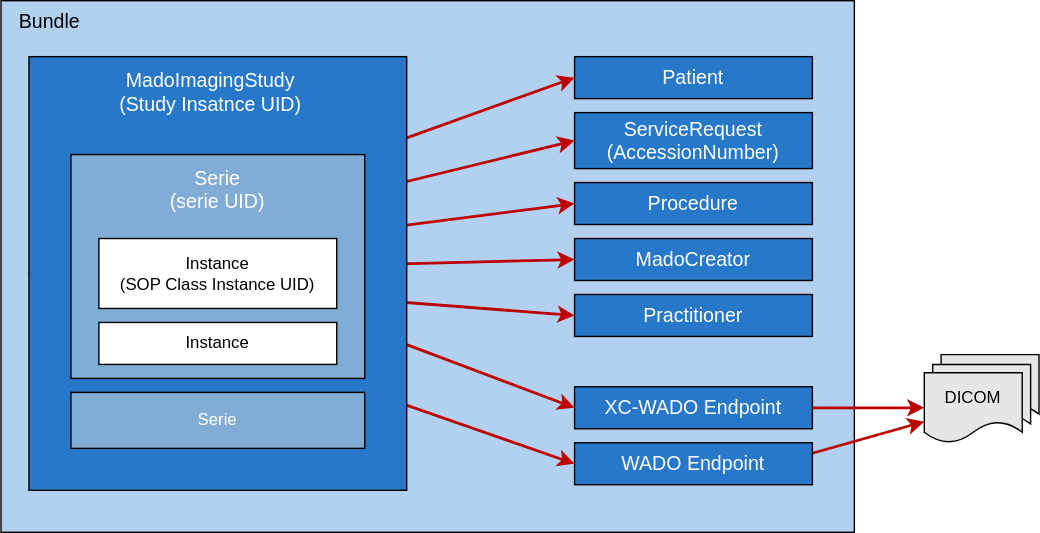
Above: input/images/fhir-manifest-overview.drawio.svg in bvdh/bvdh-ihe-mado (draw.io), before the change. Source tidied: cells renumbered, new cells last; positions are measured from the earlier drawing's top-left corner, leaving out a move shared by most shapes. Source of this version:
```xml
<mxGraphModel>
  <root>
    <mxCell id="0" />
    <mxCell id="1" parent="0" />
    <mxCell id="2" style="whiteSpace=wrap;html=1;fillColor=light-dark(#b2d1f0, #4c6e90);" parent="1" vertex="1">
      <mxGeometry width="610" height="380" as="geometry" />
    </mxCell>
    <mxCell id="3" value="&lt;font style=&quot;color: rgb(255, 255, 255); font-size: 14px;&quot;&gt;Patient&lt;/font&gt;" style="whiteSpace=wrap;html=1;fillColor=#2778C9;" parent="1" vertex="1">
      <mxGeometry x="410" y="40" width="170" height="30" as="geometry" />
    </mxCell>
    <mxCell id="4" value="&lt;font style=&quot;color: rgb(255, 255, 255); font-size: 14px;&quot;&gt;ServiceRequest&lt;/font&gt;&lt;div&gt;&lt;font style=&quot;color: rgb(255, 255, 255); font-size: 14px;&quot;&gt;(AccessionNumber)&lt;/font&gt;&lt;/div&gt;" style="whiteSpace=wrap;html=1;fillColor=#2778C9;" parent="1" vertex="1">
      <mxGeometry x="410" y="80" width="170" height="40" as="geometry" />
    </mxCell>
    <mxCell id="5" value="&lt;font style=&quot;color: rgb(255, 255, 255); font-size: 14px;&quot;&gt;Procedure&lt;/font&gt;" style="whiteSpace=wrap;html=1;fillColor=#2778C9;" parent="1" vertex="1">
      <mxGeometry x="410" y="130" width="170" height="30" as="geometry" />
    </mxCell>
    <mxCell id="6" value="&lt;font style=&quot;color: rgb(255, 255, 255); font-size: 14px;&quot;&gt;MadoCreator&lt;/font&gt;" style="whiteSpace=wrap;html=1;fillColor=#2778C9;" parent="1" vertex="1">
      <mxGeometry x="410" y="170" width="170" height="30" as="geometry" />
    </mxCell>
    <mxCell id="7" style="endArrow=classic;html=1;strokeColor=#BD0000;strokeWidth=2;entryX=0;entryY=0.5;entryDx=0;entryDy=0;exitX=0;exitY=0.5;exitDx=0;exitDy=0;" parent="1" edge="1" source="24" target="3">
      <mxGeometry relative="1" as="geometry" />
    </mxCell>
    <mxCell id="8" style="endArrow=classic;html=1;strokeColor=#BD0000;strokeWidth=2;entryX=0;entryY=0.5;entryDx=0;entryDy=0;exitX=0;exitY=0.5;exitDx=0;exitDy=0;" parent="1" edge="1" source="24" target="4">
      <mxGeometry relative="1" as="geometry" />
    </mxCell>
    <mxCell id="9" style="endArrow=classic;html=1;strokeColor=#BD0000;strokeWidth=2;entryX=0;entryY=0.5;entryDx=0;entryDy=0;exitX=0;exitY=0.5;exitDx=0;exitDy=0;" parent="1" edge="1" source="24" target="5">
      <mxGeometry relative="1" as="geometry" />
    </mxCell>
    <mxCell id="10" style="endArrow=classic;html=1;strokeColor=#BD0000;strokeWidth=2;entryX=0;entryY=0.5;entryDx=0;entryDy=0;exitX=0;exitY=0.5;exitDx=0;exitDy=0;" parent="1" edge="1" source="24" target="6">
      <mxGeometry relative="1" as="geometry" />
    </mxCell>
    <mxCell id="11" style="endArrow=classic;html=1;strokeColor=#BD0000;strokeWidth=2;entryX=0;entryY=0.5;entryDx=0;entryDy=0;exitX=0;exitY=0.5;exitDx=0;exitDy=0;" parent="1" edge="1" source="24" target="14">
      <mxGeometry relative="1" as="geometry" />
    </mxCell>
    <mxCell id="12" value="Bundle" style="text;html=1;align=center;verticalAlign=middle;whiteSpace=wrap;rounded=0;fontSize=14;" parent="1" vertex="1">
      <mxGeometry x="5" width="60" height="30" as="geometry" />
    </mxCell>
    <mxCell id="13" style="endArrow=classic;html=1;strokeColor=#BD0000;strokeWidth=2;exitX=1;exitY=0.25;exitDx=0;exitDy=0;" parent="1" edge="1" source="14" target="21">
      <mxGeometry relative="1" as="geometry" />
    </mxCell>
    <mxCell id="14" value="&lt;font style=&quot;color: rgb(255, 255, 255); font-size: 14px;&quot;&gt;WADO Endpoint&lt;/font&gt;" style="whiteSpace=wrap;html=1;fillColor=#2778C9;" parent="1" vertex="1">
      <mxGeometry x="410" y="316" width="170" height="30" as="geometry" />
    </mxCell>
    <mxCell id="15" value="&lt;font style=&quot;color: rgb(255, 255, 255); font-size: 14px;&quot;&gt;XC-WADO Endpoint&lt;/font&gt;" style="whiteSpace=wrap;html=1;fillColor=#2778C9;" parent="1" vertex="1">
      <mxGeometry x="410" y="276" width="170" height="30" as="geometry" />
    </mxCell>
    <mxCell id="16" style="endArrow=classic;html=1;strokeColor=#BD0000;strokeWidth=2;entryX=0;entryY=0.5;entryDx=0;entryDy=0;" parent="1" edge="1" source="24" target="15">
      <mxGeometry relative="1" as="geometry" />
    </mxCell>
    <mxCell id="17" style="endArrow=classic;html=1;strokeColor=#BD0000;strokeWidth=2;exitX=1;exitY=0.5;exitDx=0;exitDy=0;" parent="1" edge="1" source="15" target="21">
      <mxGeometry relative="1" as="geometry" />
    </mxCell>
    <mxCell id="18" style="group;" parent="1" vertex="1">
      <mxGeometry x="660" y="253" width="82" height="63" as="geometry" />
    </mxCell>
    <mxCell id="19" value="DICOM" style="shape=document;whiteSpace=wrap;html=1;boundedLbl=1;fillColor=#E6E6E6;" parent="18" vertex="1">
      <mxGeometry x="12" width="70" height="50" as="geometry" />
    </mxCell>
    <mxCell id="20" value="DICOM" style="shape=document;whiteSpace=wrap;html=1;boundedLbl=1;fillColor=#E6E6E6;" parent="18" vertex="1">
      <mxGeometry x="6" y="7" width="70" height="50" as="geometry" />
    </mxCell>
    <mxCell id="21" value="DICOM" style="shape=document;whiteSpace=wrap;html=1;boundedLbl=1;fillColor=#E6E6E6;" parent="18" vertex="1">
      <mxGeometry y="13" width="70" height="50" as="geometry" />
    </mxCell>
    <mxCell id="22" value="&lt;font style=&quot;color: rgb(255, 255, 255); font-size: 14px;&quot;&gt;Practitioner&lt;/font&gt;" style="whiteSpace=wrap;html=1;fillColor=#2778C9;" parent="1" vertex="1">
      <mxGeometry x="410" y="210" width="170" height="30" as="geometry" />
    </mxCell>
    <mxCell id="23" style="endArrow=classic;html=1;strokeColor=#BD0000;strokeWidth=2;entryX=0;entryY=0.5;entryDx=0;entryDy=0;exitX=0;exitY=0.5;exitDx=0;exitDy=0;" parent="1" edge="1" source="24" target="22">
      <mxGeometry relative="1" as="geometry" />
    </mxCell>
    <mxCell id="24" style="whiteSpace=wrap;html=1;fillColor=#2778C9;" parent="1" vertex="1">
      <mxGeometry x="20" y="40" width="270" height="310" as="geometry" />
    </mxCell>
    <mxCell id="25" style="whiteSpace=wrap;html=1;fillColor=#80ACD6;" parent="1" vertex="1">
      <mxGeometry x="50" y="110" width="210" height="160" as="geometry" />
    </mxCell>
    <mxCell id="26" value="&lt;font style=&quot;color: rgb(255, 255, 255);&quot;&gt;MadoImagingStudy&lt;/font&gt;&lt;div&gt;&lt;font style=&quot;color: rgb(255, 255, 255);&quot;&gt;(Study Insatnce UID)&lt;/font&gt;&lt;/div&gt;" style="text;html=1;align=center;verticalAlign=middle;whiteSpace=wrap;rounded=0;fontSize=14;" parent="1" vertex="1">
      <mxGeometry x="65" y="50" width="170" height="30" as="geometry" />
    </mxCell>
    <mxCell id="27" value="&lt;font style=&quot;color: rgb(255, 255, 255);&quot;&gt;Serie&lt;/font&gt;&lt;div&gt;&lt;font style=&quot;color: rgb(255, 255, 255);&quot;&gt;(serie UID)&lt;/font&gt;&lt;/div&gt;" style="text;html=1;align=center;verticalAlign=middle;whiteSpace=wrap;rounded=0;fontSize=14;" parent="1" vertex="1">
      <mxGeometry x="60" y="120" width="190" height="30" as="geometry" />
    </mxCell>
    <mxCell id="28" value="Instance&lt;div&gt;(SOP Class Instance UID)&lt;/div&gt;" style="whiteSpace=wrap;html=1;" parent="1" vertex="1">
      <mxGeometry x="70" y="170" width="170" height="50" as="geometry" />
    </mxCell>
    <mxCell id="29" value="Instance" style="whiteSpace=wrap;html=1;" parent="1" vertex="1">
      <mxGeometry x="70" y="230" width="170" height="30" as="geometry" />
    </mxCell>
    <mxCell id="30" value="&lt;font style=&quot;color: rgb(255, 255, 255);&quot;&gt;Serie&lt;/font&gt;" style="whiteSpace=wrap;html=1;fillColor=#80ACD6;" parent="1" vertex="1">
      <mxGeometry x="50" y="280" width="210" height="40" as="geometry" />
    </mxCell>
  </root>
</mxGraphModel>
```
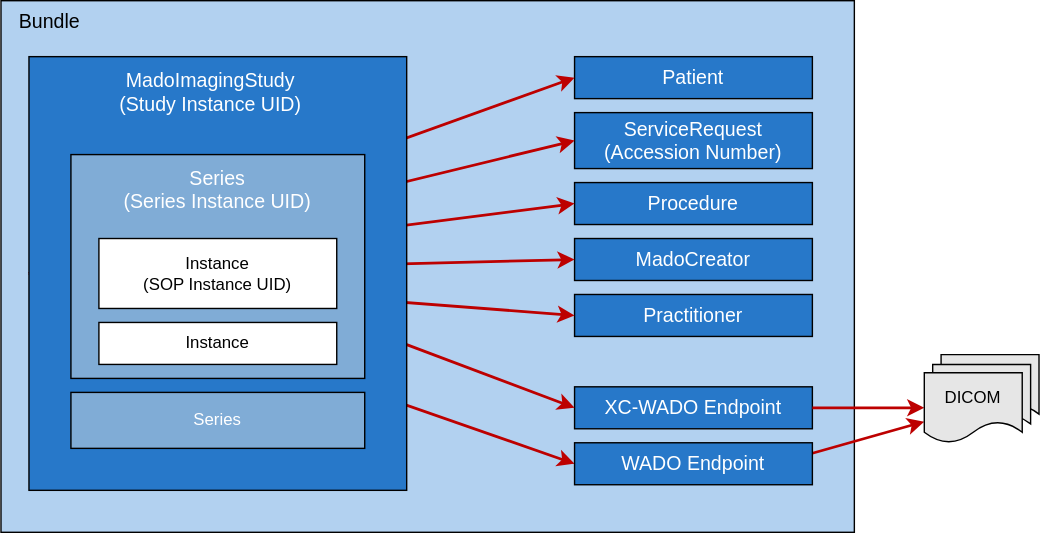
Above is the later version.

What changed in the source:
```diff
@@ -8,7 +8,7 @@
     <mxCell id="3" value="&lt;font style=&quot;color: rgb(255, 255, 255); font-size: 14px;&quot;&gt;Patient&lt;/font&gt;" style="whiteSpace=wrap;html=1;fillColor=#2778C9;" parent="1" vertex="1">
       <mxGeometry x="410" y="40" width="170" height="30" as="geometry" />
     </mxCell>
-    <mxCell id="4" value="&lt;font style=&quot;color: rgb(255, 255, 255); font-size: 14px;&quot;&gt;ServiceRequest&lt;/font&gt;&lt;div&gt;&lt;font style=&quot;color: rgb(255, 255, 255); font-size: 14px;&quot;&gt;(AccessionNumber)&lt;/font&gt;&lt;/div&gt;" style="whiteSpace=wrap;html=1;fillColor=#2778C9;" parent="1" vertex="1">
+    <mxCell id="4" value="&lt;font style=&quot;color: rgb(255, 255, 255); font-size: 14px;&quot;&gt;ServiceRequest&lt;/font&gt;&lt;div&gt;&lt;font style=&quot;color: rgb(255, 255, 255); font-size: 14px;&quot;&gt;(Accession Number)&lt;/font&gt;&lt;/div&gt;" style="whiteSpace=wrap;html=1;fillColor=#2778C9;" parent="1" vertex="1">
       <mxGeometry x="410" y="80" width="170" height="40" as="geometry" />
     </mxCell>
     <mxCell id="5" value="&lt;font style=&quot;color: rgb(255, 255, 255); font-size: 14px;&quot;&gt;Procedure&lt;/font&gt;" style="whiteSpace=wrap;html=1;fillColor=#2778C9;" parent="1" vertex="1">
@@ -74,19 +74,19 @@
     <mxCell id="25" style="whiteSpace=wrap;html=1;fillColor=#80ACD6;" parent="1" vertex="1">
       <mxGeometry x="50" y="110" width="210" height="160" as="geometry" />
     </mxCell>
-    <mxCell id="26" value="&lt;font style=&quot;color: rgb(255, 255, 255);&quot;&gt;MadoImagingStudy&lt;/font&gt;&lt;div&gt;&lt;font style=&quot;color: rgb(255, 255, 255);&quot;&gt;(Study Insatnce UID)&lt;/font&gt;&lt;/div&gt;" style="text;html=1;align=center;verticalAlign=middle;whiteSpace=wrap;rounded=0;fontSize=14;" parent="1" vertex="1">
+    <mxCell id="26" value="&lt;font style=&quot;color: rgb(255, 255, 255);&quot;&gt;MadoImagingStudy&lt;/font&gt;&lt;div&gt;&lt;font style=&quot;color: rgb(255, 255, 255);&quot;&gt;(Study Instance UID)&lt;/font&gt;&lt;/div&gt;" style="text;html=1;align=center;verticalAlign=middle;whiteSpace=wrap;rounded=0;fontSize=14;" parent="1" vertex="1">
       <mxGeometry x="65" y="50" width="170" height="30" as="geometry" />
     </mxCell>
-    <mxCell id="27" value="&lt;font style=&quot;color: rgb(255, 255, 255);&quot;&gt;Serie&lt;/font&gt;&lt;div&gt;&lt;font style=&quot;color: rgb(255, 255, 255);&quot;&gt;(serie UID)&lt;/font&gt;&lt;/div&gt;" style="text;html=1;align=center;verticalAlign=middle;whiteSpace=wrap;rounded=0;fontSize=14;" parent="1" vertex="1">
+    <mxCell id="27" value="&lt;font style=&quot;color: rgb(255, 255, 255);&quot;&gt;Series&lt;/font&gt;&lt;div&gt;&lt;font style=&quot;color: rgb(255, 255, 255);&quot;&gt;(Series Instance UID)&lt;/font&gt;&lt;/div&gt;" style="text;html=1;align=center;verticalAlign=middle;whiteSpace=wrap;rounded=0;fontSize=14;" parent="1" vertex="1">
       <mxGeometry x="60" y="120" width="190" height="30" as="geometry" />
     </mxCell>
-    <mxCell id="28" value="Instance&lt;div&gt;(SOP Class Instance UID)&lt;/div&gt;" style="whiteSpace=wrap;html=1;" parent="1" vertex="1">
+    <mxCell id="28" value="Instance&lt;div&gt;(SOP Instance UID)&lt;/div&gt;" style="whiteSpace=wrap;html=1;" parent="1" vertex="1">
       <mxGeometry x="70" y="170" width="170" height="50" as="geometry" />
     </mxCell>
     <mxCell id="29" value="Instance" style="whiteSpace=wrap;html=1;" parent="1" vertex="1">
       <mxGeometry x="70" y="230" width="170" height="30" as="geometry" />
     </mxCell>
-    <mxCell id="30" value="&lt;font style=&quot;color: rgb(255, 255, 255);&quot;&gt;Serie&lt;/font&gt;" style="whiteSpace=wrap;html=1;fillColor=#80ACD6;" parent="1" vertex="1">
+    <mxCell id="30" value="&lt;font style=&quot;color: rgb(255, 255, 255);&quot;&gt;Series&lt;/font&gt;" style="whiteSpace=wrap;html=1;fillColor=#80ACD6;" parent="1" vertex="1">
       <mxGeometry x="50" y="280" width="210" height="40" as="geometry" />
     </mxCell>
   </root>
```
